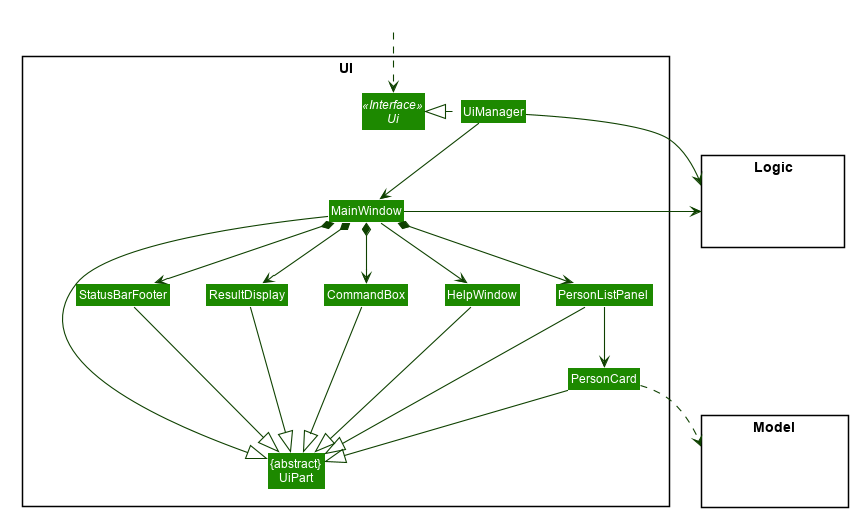
This is docs/images/UiClassDiagram.png from nus-cs2103-AY2021S1/tp, a PlantUML export, as it was before one commit. Its diagram source:
```plantuml
@startuml








skinparam BackgroundColor #FFFFFFF

skinparam Shadowing false

skinparam Class {
    FontColor #FFFFFF
    BorderThickness 1
    BorderColor #FFFFFF
    StereotypeFontColor #FFFFFF
    FontName Arial
}

skinparam Actor {
    BorderColor #000000
    Color #000000
    FontName Arial
}

skinparam Sequence {
    MessageAlign center
    BoxFontSize 15
    BoxPadding 0
    BoxFontColor #FFFFFF
    FontName Arial
}

skinparam Participant {
    FontColor #FFFFFFF
    Padding 20
}

skinparam MinClassWidth 50
skinparam ParticipantPadding 10
skinparam Shadowing false
skinparam DefaultTextAlignment center
skinparam packageStyle Rectangle

hide footbox
hide members
hide circle
skinparam arrowThickness 1.1
skinparam arrowColor #0E4100
skinparam classBackgroundColor #1D8900

package UI <<Rectangle>>{
Interface Ui <<Interface>>
Class "{abstract}\nUiPart" as UiPart
Class UiManager
Class MainWindow
Class HelpWindow
Class ResultDisplay
Class PersonListPanel
Class PersonCard
Class StatusBarFooter
Class CommandBox
}

package Model <<Rectangle>> {
Class HiddenModel #FFFFFF
}

package Logic <<Rectangle>> {
Class HiddenLogic #FFFFFF
}

Class HiddenOutside #FFFFFF
HiddenOutside ..> Ui

UiManager .left.|> Ui
UiManager -down-> MainWindow
MainWindow --> HelpWindow
MainWindow *-down-> CommandBox
MainWindow *-down-> ResultDisplay
MainWindow *-down-> PersonListPanel
MainWindow *-down-> StatusBarFooter

PersonListPanel -down-> PersonCard

MainWindow -left-|> UiPart

ResultDisplay --|> UiPart
CommandBox --|> UiPart
PersonListPanel --|> UiPart
PersonCard --|> UiPart
StatusBarFooter --|> UiPart
HelpWindow -down-|> UiPart

PersonCard ..> Model
UiManager -right-> Logic
MainWindow -left-> Logic

PersonListPanel -[hidden]left- HelpWindow
HelpWindow -[hidden]left- CommandBox
CommandBox -[hidden]left- ResultDisplay
ResultDisplay -[hidden]left- StatusBarFooter

MainWindow -[hidden]-|> UiPart
@enduml
```
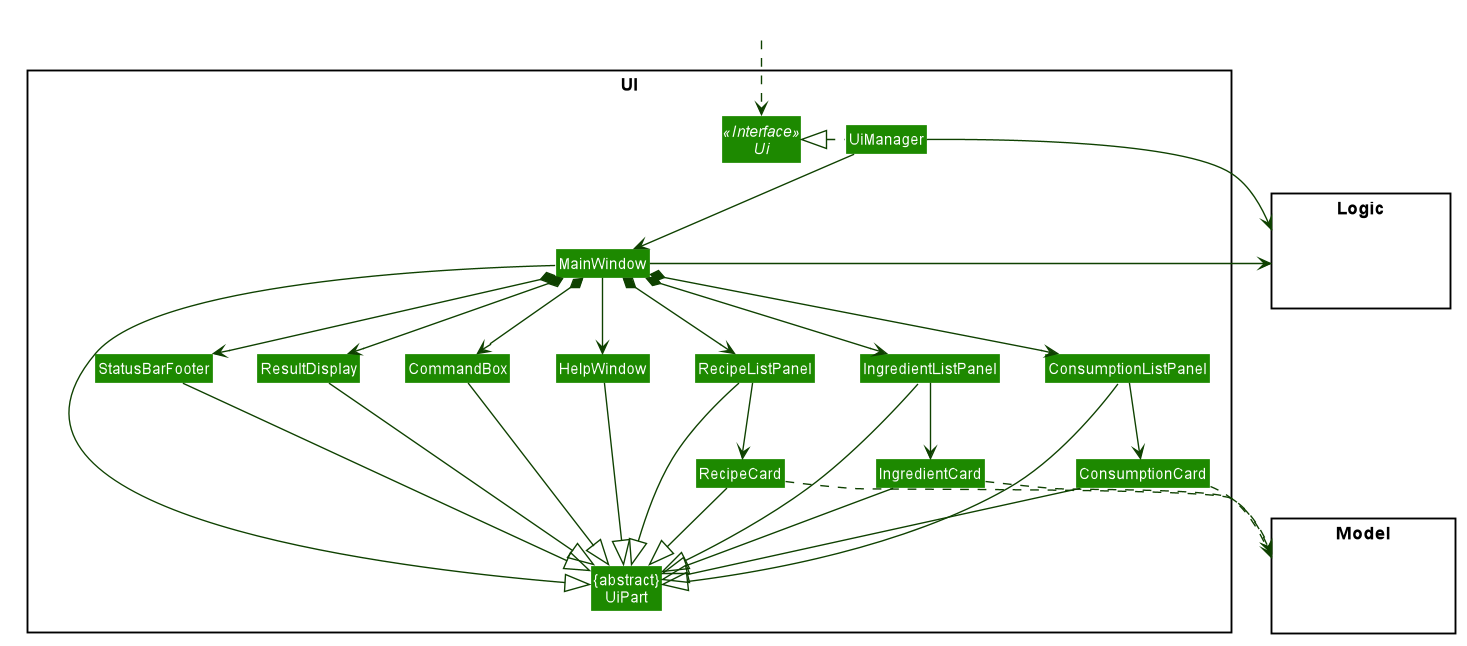
After the change.

Commit message:
Update UI and AddRecipeCommand diagrams

The edit, as a diff of the source:
```diff
@@ -58,8 +58,12 @@
 Class MainWindow
 Class HelpWindow
 Class ResultDisplay
-Class PersonListPanel
-Class PersonCard
+Class RecipeListPanel
+Class RecipeCard
+Class IngredientListPanel
+Class IngredientCard
+Class ConsumptionListPanel
+Class ConsumptionCard
 Class StatusBarFooter
 Class CommandBox
 }
@@ -80,25 +84,36 @@
 MainWindow --> HelpWindow
 MainWindow *-down-> CommandBox
 MainWindow *-down-> ResultDisplay
-MainWindow *-down-> PersonListPanel
+MainWindow *-down-> RecipeListPanel
+MainWindow *-down-> ConsumptionListPanel
+MainWindow *-down-> IngredientListPanel
 MainWindow *-down-> StatusBarFooter
 
-PersonListPanel -down-> PersonCard
+RecipeListPanel -down-> RecipeCard
 
 MainWindow -left-|> UiPart
 
 ResultDisplay --|> UiPart
 CommandBox --|> UiPart
-PersonListPanel --|> UiPart
-PersonCard --|> UiPart
+RecipeListPanel --|> UiPart
+RecipeCard --|> UiPart
+IngredientCard --|> UiPart
+IngredientListPanel --|> UiPart
+ConsumptionCard --|> UiPart
+ConsumptionListPanel --|> UiPart
 StatusBarFooter --|> UiPart
 HelpWindow -down-|> UiPart
 
-PersonCard ..> Model
+IngredientListPanel --> IngredientCard
+ConsumptionListPanel --> ConsumptionCard
+
+RecipeCard ..> Model
+ConsumptionCard ..> Model
+IngredientCard ..> Model
 UiManager -right-> Logic
 MainWindow -left-> Logic
 
-PersonListPanel -[hidden]left- HelpWindow
+RecipeListPanel -[hidden]left- HelpWindow
 HelpWindow -[hidden]left- CommandBox
 CommandBox -[hidden]left- ResultDisplay
 ResultDisplay -[hidden]left- StatusBarFooter
```
